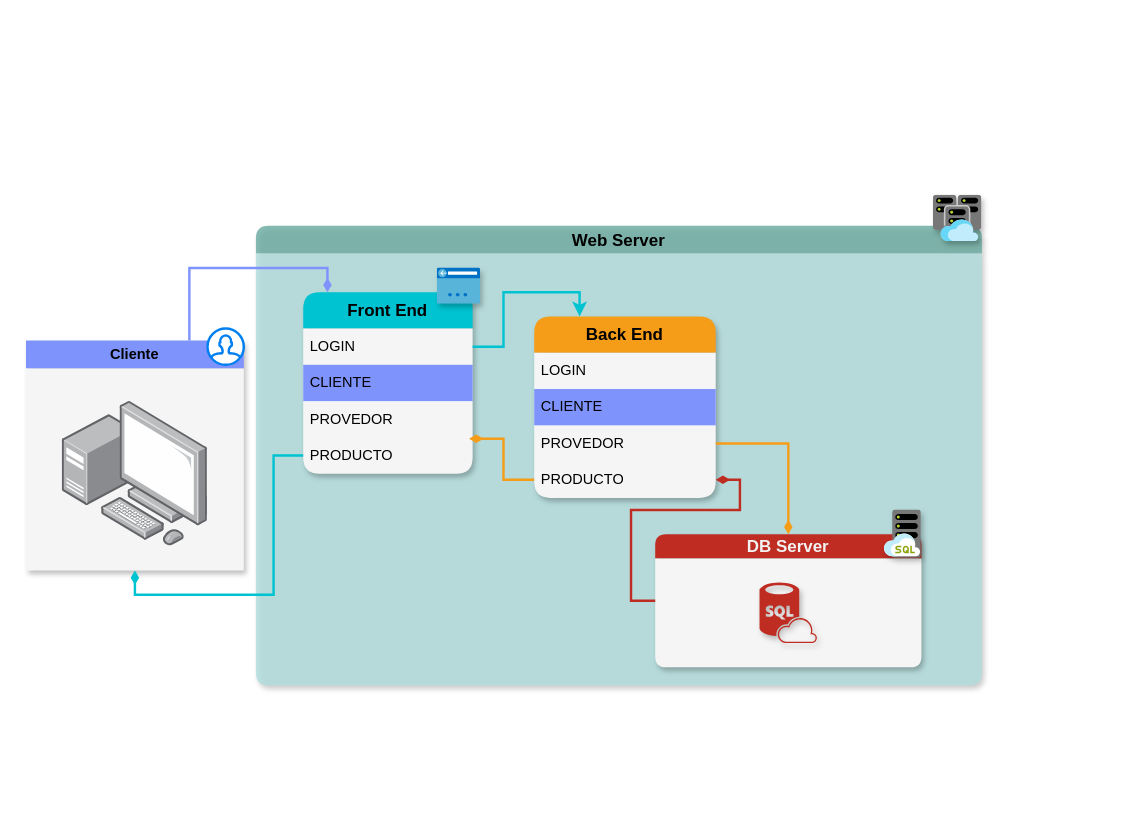
This is ArquitecturaWeb.drawio from GonzaloAdami/YoProgramo2022, a draw.io file, before an edit. Source tidied: cells renumbered, new cells numbered last; positions are measured from the earlier drawing's top-left corner, leaving out a move shared by most shapes. Both pictures are drawn from the tidied source at 121%, with x=0, y=0 at pixel (25, 195). Pictures stored in the file or linked from it are replaced by grey dashed boxes.
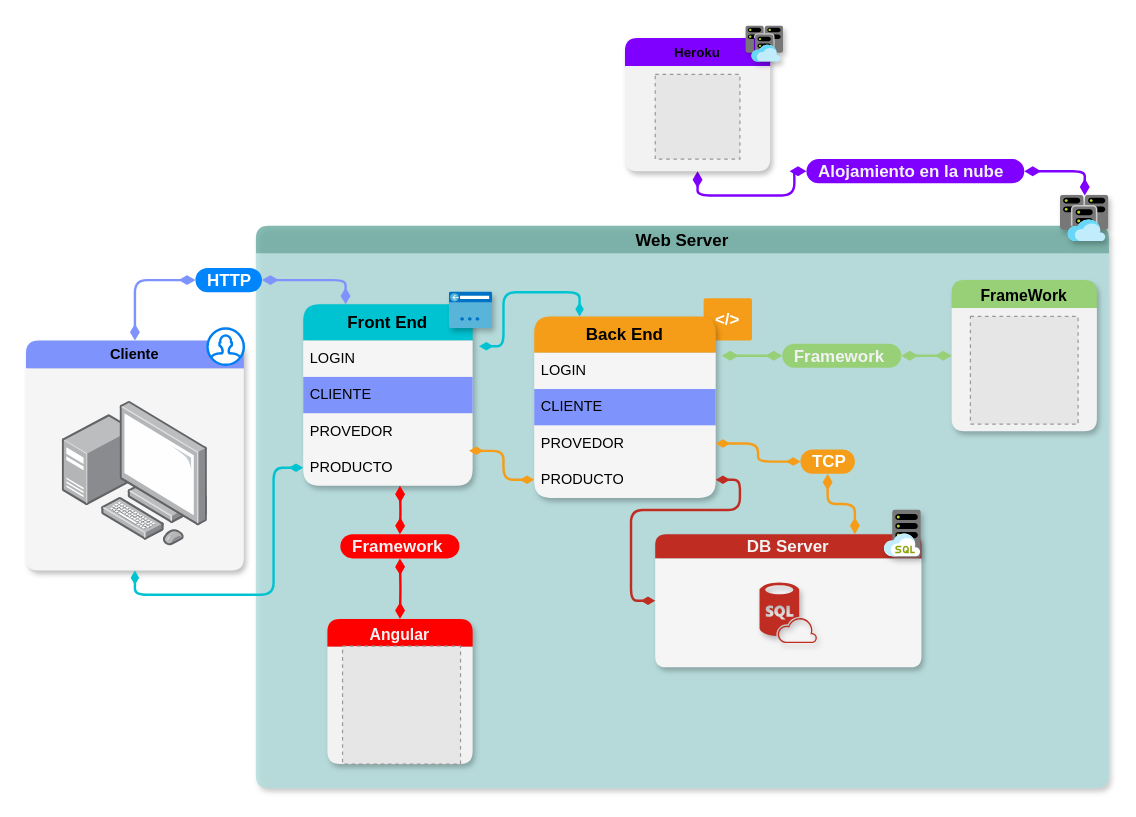
Above is the later version.

Unchanged cells that the change refers to:
```xml
<mxCell id="3" value="&lt;font style=&quot;font-size: 14px;&quot;&gt;DB Server&lt;/font&gt;" style="swimlane;whiteSpace=wrap;html=1;rounded=1;shadow=1;glass=0;sketch=0;strokeColor=none;fillColor=#BF2D22;startSize=20;swimlaneFillColor=#F5F5F5;fontColor=#F2F2F2;" parent="2" vertex="1">
  <mxGeometry x="330" y="255" width="220" height="110" as="geometry" />
</mxCell>
<mxCell id="7" value="LOGIN" style="text;strokeColor=none;fillColor=none;align=left;verticalAlign=middle;spacingLeft=4;spacingRight=4;overflow=hidden;points=[[0,0.5],[1,0.5]];portConstraint=eastwest;whiteSpace=wrap;html=1;" parent="6" vertex="1">
  <mxGeometry y="30" width="140" height="30" as="geometry" />
</mxCell>
<mxCell id="10" value="PRODUCTO" style="text;strokeColor=none;fillColor=none;align=left;verticalAlign=middle;spacingLeft=4;spacingRight=4;overflow=hidden;points=[[0,0.5],[1,0.5]];portConstraint=eastwest;whiteSpace=wrap;html=1;" parent="6" vertex="1">
  <mxGeometry y="120" width="140" height="30" as="geometry" />
</mxCell>
<mxCell id="13" value="&lt;b&gt;&lt;font style=&quot;font-size: 14px;&quot;&gt;Back End&lt;/font&gt;&lt;/b&gt;" style="swimlane;fontStyle=0;horizontal=1;startSize=30;whiteSpace=wrap;html=1;fillColor=#F59D18;strokeColor=none;swimlaneFillColor=#F5F5F5;shadow=1;rounded=1;" parent="1" vertex="1">
  <mxGeometry x="420" y="100" width="150" height="150" as="geometry" />
</mxCell>
<mxCell id="14" value="LOGIN" style="text;strokeColor=none;fillColor=none;align=left;verticalAlign=middle;spacingLeft=4;spacingRight=4;overflow=hidden;points=[[0,0.5],[1,0.5]];portConstraint=eastwest;whiteSpace=wrap;html=1;" parent="13" vertex="1">
  <mxGeometry y="30" width="150" height="30" as="geometry" />
</mxCell>
<mxCell id="16" value="PROVEDOR" style="text;strokeColor=none;fillColor=none;align=left;verticalAlign=middle;spacingLeft=4;spacingRight=4;overflow=hidden;points=[[0,0.5],[1,0.5]];portConstraint=eastwest;whiteSpace=wrap;html=1;" parent="13" vertex="1">
  <mxGeometry y="90" width="150" height="30" as="geometry" />
</mxCell>
<mxCell id="17" value="PRODUCTO" style="text;strokeColor=none;fillColor=none;align=left;verticalAlign=middle;spacingLeft=4;spacingRight=4;overflow=hidden;points=[[0,0.5],[1,0.5]];portConstraint=eastwest;whiteSpace=wrap;html=1;" parent="13" vertex="1">
  <mxGeometry y="120" width="150" height="30" as="geometry" />
</mxCell>
```

Change to the diagram source:
```diff
@@
     <mxCell id="2" value="&lt;font style=&quot;font-size: 14px;&quot;&gt;Web Server&lt;/font&gt;" style="swimlane;whiteSpace=wrap;html=1;rounded=1;shadow=1;glass=0;sketch=0;swimlaneFillColor=#B1DEDE;opacity=80;fillColor=#67AB9F;strokeColor=none;startSize=23;" parent="1" vertex="1">
-      <mxGeometry x="190" y="25" width="600" height="380" as="geometry" />
+      <mxGeometry x="190" y="25" width="705" height="465" as="geometry" />
     </mxCell>
+    <mxCell id="27" style="edgeStyle=orthogonalEdgeStyle;rounded=1;jettySize=auto;html=1;exitX=0.75;exitY=0;exitDx=0;exitDy=0;entryX=0.5;entryY=1;entryDx=0;entryDy=0;strokeColor=#F59D18;strokeWidth=2;fontSize=12;endArrow=diamondThin;endFill=1;startSize=8;endSize=8;startArrow=diamondThin;startFill=1;" parent="2" edge="1" source="3" target="29">
+      <mxGeometry relative="1" as="geometry" />
+    </mxCell>
@@
     <mxCell id="6" value="&lt;font size=&quot;1&quot; style=&quot;vertical-align: inherit;&quot;&gt;&lt;b style=&quot;font-size: 14px;&quot;&gt;Front End&lt;/b&gt;&lt;/font&gt;" style="swimlane;fontStyle=0;horizontal=1;startSize=30;whiteSpace=wrap;html=1;fillColor=#00C3D1;strokeColor=none;rounded=1;shadow=1;swimlaneFillColor=#F5F5F5;" parent="2" vertex="1">
-      <mxGeometry x="39.1" y="55" width="140" height="150" as="geometry" />
+      <mxGeometry x="39.1" y="65" width="140" height="150" as="geometry" />
     </mxCell>
@@
-    <mxCell id="11" style="sketch=0;html=1;points=[];align=center;image;fontSize=12;image=img/lib/mscae/Virtual_Clusters.svg;rounded=1;shadow=1;glass=0;strokeColor=#67AB9F;strokeWidth=2;fontColor=#F2F2F2;fillColor=#00C3D1;gradientColor=none;" parent="2" vertex="1">
-      <mxGeometry x="560" y="-25" width="40" height="38.4" as="geometry" />
-    </mxCell>
     <mxCell id="12" style="sketch=0;html=1;align=center;image;fontSize=12;image=img/lib/mscae/ClassicIPAddress.svg;rounded=1;shadow=1;glass=0;strokeColor=#67AB9F;strokeWidth=2;fontColor=#F2F2F2;fillColor=#00C3D1;gradientColor=none;" parent="2" vertex="1">
-      <mxGeometry x="150" y="35" width="35.7" height="30" as="geometry" />
+      <mxGeometry x="160" y="55" width="35.7" height="30" as="geometry" />
     </mxCell>
+    <mxCell id="28" value="&amp;lt;/&amp;gt;" style="rounded=1;arcSize=5;fillColor=#F59D18;strokeColor=none;fontColor=#ffffff;align=center;verticalAlign=middle;whiteSpace=wrap;fontSize=14;fontStyle=1;html=1;sketch=0;" parent="2" vertex="1">
+      <mxGeometry x="370" y="60" width="40" height="35" as="geometry" />
+    </mxCell>
+    <mxCell id="29" value="TCP" style="rounded=1;whiteSpace=wrap;html=1;arcSize=50;strokeColor=none;strokeWidth=1;fillColor=#F59D18;fontColor=#FFFFFF;whiteSpace=wrap;align=left;verticalAlign=middle;spacingLeft=0;fontStyle=1;fontSize=14;spacing=10;" parent="2" vertex="1">
+      <mxGeometry x="450" y="185" width="45" height="20" as="geometry" />
+    </mxCell>
+    <mxCell id="30" style="edgeStyle=orthogonalEdgeStyle;rounded=1;jettySize=auto;html=1;entryX=0.5;entryY=1;entryDx=0;entryDy=0;strokeColor=#FF0000;strokeWidth=2;fontSize=11;fontColor=#F2F2F2;endArrow=diamondThin;endFill=1;startSize=8;endSize=8;startArrow=diamondThin;startFill=1;" parent="2" edge="1" target="36">
+      <mxGeometry relative="1" as="geometry">
+        <mxPoint x="119" y="325" as="sourcePoint" />
+      </mxGeometry>
+    </mxCell>
+    <mxCell id="31" value="&lt;span style=&quot;font-size: 13px;&quot;&gt;Angular&lt;/span&gt;" style="swimlane;whiteSpace=wrap;html=1;fontSize=16;fillColor=#FF0000;swimlaneFillColor=#F2F2F2;rounded=1;shadow=1;strokeColor=none;startSize=23;fontColor=#F2F2F2;" parent="2" vertex="1">
+      <mxGeometry x="59.1" y="325" width="120" height="120" as="geometry" />
+    </mxCell>
+    <mxCell id="32" style="fillColor=#E6E6E6;strokeColor=#999999;dashed=1;html=1;verticalAlign=top;verticalLabelPosition=bottom;labelBackgroundColor=#ffffff;fontSize=11;" parent="31" vertex="1">
+      <mxGeometry x="12.5" y="22.5" width="97.5" height="97.5" as="geometry" />
+    </mxCell>
+    <mxCell id="33" style="edgeStyle=orthogonalEdgeStyle;rounded=1;jettySize=auto;html=1;exitX=0;exitY=0.5;exitDx=0;exitDy=0;entryX=1;entryY=0.5;entryDx=0;entryDy=0;strokeColor=#97D077;strokeWidth=2;fontSize=11;fontColor=#F2F2F2;endArrow=diamondThin;endFill=1;startSize=8;endSize=8;startArrow=diamondThin;startFill=1;" parent="2" edge="1" source="34" target="38">
+      <mxGeometry relative="1" as="geometry" />
+    </mxCell>
+    <mxCell id="34" value="&lt;font style=&quot;font-size: 13px;&quot;&gt;FrameWork&lt;/font&gt;" style="swimlane;whiteSpace=wrap;html=1;fontSize=16;fillColor=#97D077;swimlaneFillColor=#F2F2F2;rounded=1;shadow=1;strokeColor=none;" parent="2" vertex="1">
+      <mxGeometry x="575" y="45" width="120" height="125" as="geometry" />
+    </mxCell>
+    <mxCell id="35" style="fillColor=#E6E6E6;strokeColor=#999999;dashed=1;html=1;verticalAlign=top;verticalLabelPosition=bottom;labelBackgroundColor=#ffffff;fontSize=11;" parent="34" vertex="1">
+      <mxGeometry x="15.5" y="30" width="89" height="89" as="geometry" />
+    </mxCell>
+    <mxCell id="36" value="Framework" style="rounded=1;whiteSpace=wrap;html=1;arcSize=50;strokeColor=none;strokeWidth=1;fillColor=#FF0000;fontColor=#F2F2F2;whiteSpace=wrap;align=left;verticalAlign=middle;spacingLeft=0;fontStyle=1;fontSize=14;spacing=10;" parent="2" vertex="1">
+      <mxGeometry x="69.8" y="255" width="98.4" height="20" as="geometry" />
+    </mxCell>
+    <mxCell id="37" style="edgeStyle=orthogonalEdgeStyle;rounded=1;jettySize=auto;html=1;strokeColor=#FF0000;strokeWidth=2;fontSize=11;fontColor=#F2F2F2;endArrow=diamondThin;endFill=1;startSize=8;endSize=8;entryX=0.5;entryY=0;entryDx=0;entryDy=0;startArrow=diamondThin;startFill=1;" parent="2" edge="1" target="36">
+      <mxGeometry relative="1" as="geometry">
+        <mxPoint x="119" y="215" as="sourcePoint" />
+      </mxGeometry>
+    </mxCell>
+    <mxCell id="38" value="Framework" style="rounded=1;whiteSpace=wrap;html=1;arcSize=50;strokeColor=none;strokeWidth=1;fillColor=#97D077;fontColor=#F2F2F2;whiteSpace=wrap;align=left;verticalAlign=middle;spacingLeft=0;fontStyle=1;fontSize=14;spacing=10;" parent="2" vertex="1">
+      <mxGeometry x="435" y="97.5" width="98.4" height="20" as="geometry" />
+    </mxCell>
@@
-    <mxCell id="18" style="edgeStyle=orthogonalEdgeStyle;rounded=0;jettySize=auto;html=1;exitX=0.75;exitY=0;exitDx=0;exitDy=0;entryX=0.143;entryY=0;entryDx=0;entryDy=0;entryPerimeter=0;fontSize=14;fontColor=#F2F2F2;endArrow=diamondThin;endFill=1;strokeColor=#7E93FC;strokeWidth=2;" parent="1" edge="1" source="19" target="6">
-      <mxGeometry relative="1" as="geometry">
-        <Array as="points">
-          <mxPoint x="135" y="60" />
-          <mxPoint x="250" y="60" />
-        </Array>
-      </mxGeometry>
-    </mxCell>
+    <mxCell id="39" style="edgeStyle=orthogonalEdgeStyle;rounded=1;jettySize=auto;html=1;exitX=0.5;exitY=0;exitDx=0;exitDy=0;entryX=0;entryY=0.5;entryDx=0;entryDy=0;strokeColor=#7E93FC;strokeWidth=2;fontSize=12;endArrow=diamondThin;endFill=1;startSize=8;endSize=8;startArrow=diamondThin;startFill=1;" parent="1" edge="1" source="19" target="40">
+      <mxGeometry relative="1" as="geometry" />
+    </mxCell>
-    <mxCell id="19" value="Cliente" style="swimlane;whiteSpace=wrap;html=1;fillColor=#7E93FC;strokeColor=none;shadow=1;rounded=0;glass=0;gradientColor=none;swimlaneFillColor=#F5F5F5;" parent="1" vertex="1">
+    <mxCell id="19" value="Cliente" style="swimlane;whiteSpace=wrap;html=1;fillColor=#7E93FC;strokeColor=none;shadow=1;rounded=1;glass=0;gradientColor=none;swimlaneFillColor=#F5F5F5;" parent="1" vertex="1">
       <mxGeometry y="120" width="180" height="190" as="geometry" />
     </mxCell>
@@
-    <mxCell id="22" style="edgeStyle=orthogonalEdgeStyle;rounded=0;jettySize=auto;html=1;exitX=1;exitY=0.5;exitDx=0;exitDy=0;entryX=0.25;entryY=0;entryDx=0;entryDy=0;fontSize=14;fontColor=#F2F2F2;strokeColor=#00C3D1;strokeWidth=2;" parent="1" edge="1" source="7" target="13">
+    <mxCell id="22" style="edgeStyle=orthogonalEdgeStyle;rounded=1;jettySize=auto;html=1;exitX=1.038;exitY=0.156;exitDx=0;exitDy=0;entryX=0.25;entryY=0;entryDx=0;entryDy=0;fontSize=14;fontColor=#F2F2F2;strokeColor=#00C3D1;strokeWidth=2;endArrow=diamondThin;endFill=1;exitPerimeter=0;startArrow=diamondThin;startFill=1;" parent="1" edge="1" source="7" target="13">
       <mxGeometry relative="1" as="geometry" />
     </mxCell>
-    <mxCell id="23" style="edgeStyle=orthogonalEdgeStyle;rounded=0;jettySize=auto;html=1;exitX=1;exitY=0.5;exitDx=0;exitDy=0;entryX=0.5;entryY=0;entryDx=0;entryDy=0;fontSize=14;fontColor=#F2F2F2;strokeColor=#F59D18;strokeWidth=2;endArrow=diamondThin;endFill=1;" parent="1" edge="1" source="16" target="3">
+    <mxCell id="23" style="edgeStyle=orthogonalEdgeStyle;rounded=1;jettySize=auto;html=1;exitX=1;exitY=0.5;exitDx=0;exitDy=0;fontSize=14;fontColor=#F2F2F2;strokeColor=#F59D18;strokeWidth=2;endArrow=diamondThin;endFill=1;startArrow=diamondThin;startFill=1;" parent="1" edge="1" source="16" target="29">
       <mxGeometry relative="1" as="geometry" />
     </mxCell>
-    <mxCell id="24" style="edgeStyle=orthogonalEdgeStyle;rounded=0;jettySize=auto;html=1;exitX=0;exitY=0.5;exitDx=0;exitDy=0;fontSize=14;fontColor=#F2F2F2;strokeColor=#BF2D22;strokeWidth=2;endArrow=diamondThin;endFill=1;" parent="1" edge="1" source="3" target="17">
+    <mxCell id="24" style="edgeStyle=orthogonalEdgeStyle;rounded=1;jettySize=auto;html=1;exitX=0;exitY=0.5;exitDx=0;exitDy=0;fontSize=14;fontColor=#F2F2F2;strokeColor=#BF2D22;strokeWidth=2;endArrow=diamondThin;endFill=1;startArrow=diamondThin;startFill=1;" parent="1" edge="1" source="3" target="17">
       <mxGeometry relative="1" as="geometry" />
     </mxCell>
-    <mxCell id="25" style="edgeStyle=orthogonalEdgeStyle;rounded=0;jettySize=auto;html=1;exitX=0;exitY=0.5;exitDx=0;exitDy=0;entryX=0.979;entryY=0.037;entryDx=0;entryDy=0;entryPerimeter=0;fontSize=14;fontColor=#F2F2F2;strokeColor=#F59D18;strokeWidth=2;endArrow=diamondThin;endFill=1;" parent="1" edge="1" source="17" target="10">
+    <mxCell id="25" style="edgeStyle=orthogonalEdgeStyle;rounded=1;jettySize=auto;html=1;exitX=0;exitY=0.5;exitDx=0;exitDy=0;entryX=0.979;entryY=0.037;entryDx=0;entryDy=0;entryPerimeter=0;fontSize=14;fontColor=#F2F2F2;strokeColor=#F59D18;strokeWidth=2;endArrow=diamondThin;endFill=1;startArrow=diamondThin;startFill=1;" parent="1" edge="1" source="17" target="10">
       <mxGeometry relative="1" as="geometry" />
     </mxCell>
-    <mxCell id="26" style="edgeStyle=orthogonalEdgeStyle;rounded=0;jettySize=auto;html=1;exitX=0;exitY=0.5;exitDx=0;exitDy=0;entryX=0.5;entryY=1;entryDx=0;entryDy=0;fontSize=14;fontColor=#F2F2F2;strokeColor=#00C3D1;strokeWidth=2;endArrow=diamondThin;endFill=1;" parent="1" edge="1" source="10" target="19">
+    <mxCell id="26" style="edgeStyle=orthogonalEdgeStyle;rounded=1;jettySize=auto;html=1;exitX=0;exitY=0.5;exitDx=0;exitDy=0;entryX=0.5;entryY=1;entryDx=0;entryDy=0;fontSize=14;fontColor=#F2F2F2;strokeColor=#00C3D1;strokeWidth=2;endArrow=diamondThin;endFill=1;startArrow=diamondThin;startFill=1;" parent="1" edge="1" source="10" target="19">
       <mxGeometry relative="1" as="geometry" />
     </mxCell>
+    <mxCell id="40" value="HTTP" style="rounded=1;whiteSpace=wrap;html=1;arcSize=50;strokeColor=none;strokeWidth=1;fillColor=#0085FC;fontColor=#FFFFFF;whiteSpace=wrap;align=left;verticalAlign=middle;spacingLeft=0;fontStyle=1;fontSize=14;spacing=10;" parent="1" vertex="1">
+      <mxGeometry x="140" y="60" width="55" height="20" as="geometry" />
+    </mxCell>
+    <mxCell id="41" style="edgeStyle=orthogonalEdgeStyle;rounded=1;jettySize=auto;html=1;exitX=0.25;exitY=0;exitDx=0;exitDy=0;entryX=1;entryY=0.5;entryDx=0;entryDy=0;strokeColor=#7E93FC;strokeWidth=2;fontSize=12;endArrow=diamondThin;endFill=1;startSize=8;endSize=8;startArrow=diamondThin;startFill=1;" parent="1" edge="1" source="6" target="40">
+      <mxGeometry relative="1" as="geometry" />
+    </mxCell>
+    <mxCell id="42" style="edgeStyle=orthogonalEdgeStyle;rounded=1;jettySize=auto;html=1;exitX=0.5;exitY=1;exitDx=0;exitDy=0;entryX=0;entryY=0.5;entryDx=0;entryDy=0;strokeColor=#7F00FF;strokeWidth=2;fontSize=11;fontColor=#F2F2F2;endArrow=diamondThin;endFill=1;startSize=8;endSize=8;startArrow=diamondThin;startFill=1;" parent="1" edge="1" source="43" target="48">
+      <mxGeometry relative="1" as="geometry" />
+    </mxCell>
+    <mxCell id="43" value="Heroku" style="swimlane;whiteSpace=wrap;html=1;rounded=1;shadow=1;fontSize=11;fillColor=#7F00FF;swimlaneFillColor=#F2F2F2;strokeColor=none;" parent="1" vertex="1">
+      <mxGeometry x="495" y="-130" width="120" height="110" as="geometry" />
+    </mxCell>
+    <mxCell id="44" style="fillColor=#E6E6E6;strokeColor=#999999;dashed=1;html=1;verticalAlign=top;verticalLabelPosition=bottom;labelBackgroundColor=#ffffff;fontSize=11;" parent="43" vertex="1">
+      <mxGeometry x="25" y="30" width="70" height="70" as="geometry" />
+    </mxCell>
+    <mxCell id="45" style="sketch=0;html=1;align=center;image;fontSize=12;image=img/lib/mscae/Virtual_Clusters.svg;rounded=1;shadow=1;fillColor=#FFD966;" parent="1" vertex="1">
+      <mxGeometry x="595" y="-140" width="31.2" height="30" as="geometry" />
+    </mxCell>
+    <mxCell id="11" style="sketch=0;html=1;points=[];align=center;image;fontSize=12;image=img/lib/mscae/Virtual_Clusters.svg;rounded=1;shadow=1;glass=0;strokeColor=#67AB9F;strokeWidth=2;fontColor=#F2F2F2;fillColor=#00C3D1;gradientColor=none;" parent="1" vertex="1">
+      <mxGeometry x="855" width="40" height="38.4" as="geometry" />
+    </mxCell>
+    <mxCell id="46" style="edgeStyle=orthogonalEdgeStyle;rounded=1;jettySize=auto;html=1;exitX=1.033;exitY=0.083;exitDx=0;exitDy=0;entryX=0;entryY=0.5;entryDx=0;entryDy=0;strokeColor=#97D077;strokeWidth=2;fontSize=11;fontColor=#F2F2F2;endArrow=diamondThin;endFill=1;startSize=8;endSize=8;exitPerimeter=0;startArrow=diamondThin;startFill=1;" parent="1" edge="1" source="14" target="38">
+      <mxGeometry relative="1" as="geometry" />
+    </mxCell>
+    <mxCell id="47" style="edgeStyle=orthogonalEdgeStyle;rounded=1;jettySize=auto;html=1;exitX=1;exitY=0.5;exitDx=0;exitDy=0;strokeColor=#7F00FF;strokeWidth=2;fontSize=11;fontColor=#F2F2F2;endArrow=diamondThin;endFill=1;startSize=8;endSize=8;startArrow=diamondThin;startFill=1;" parent="1" edge="1" source="48" target="11">
+      <mxGeometry relative="1" as="geometry" />
+    </mxCell>
+    <mxCell id="48" value="Alojamiento en la nube" style="rounded=1;whiteSpace=wrap;html=1;arcSize=50;strokeColor=none;strokeWidth=1;fillColor=#7F00FF;fontColor=#F2F2F2;whiteSpace=wrap;align=left;verticalAlign=middle;spacingLeft=0;fontStyle=1;fontSize=14;spacing=10;" parent="1" vertex="1">
+      <mxGeometry x="645" y="-30" width="180" height="20" as="geometry" />
+    </mxCell>
```
